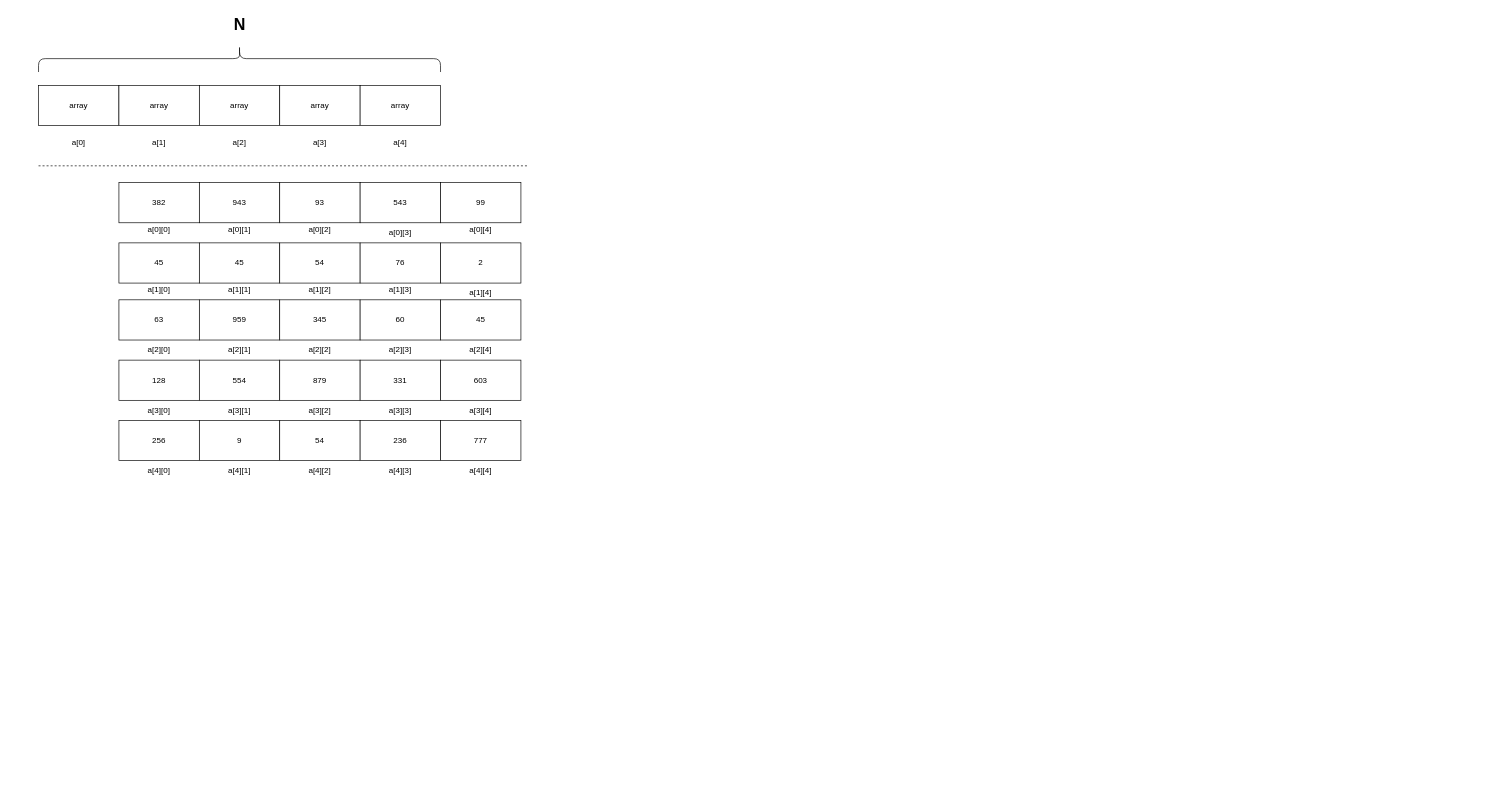
Above: page "EDD" (3 of 5) of img/diagrams.drawio in shosholanda/java-from-zero (draw.io), before the change. Source tidied: cells renumbered, new cells numbered last; positions are measured from the earlier drawing's top-left corner, leaving out a move shared by most shapes. Both pictures are drawn from the tidied source at 67%, with x=0, y=0 at pixel (38, -143).
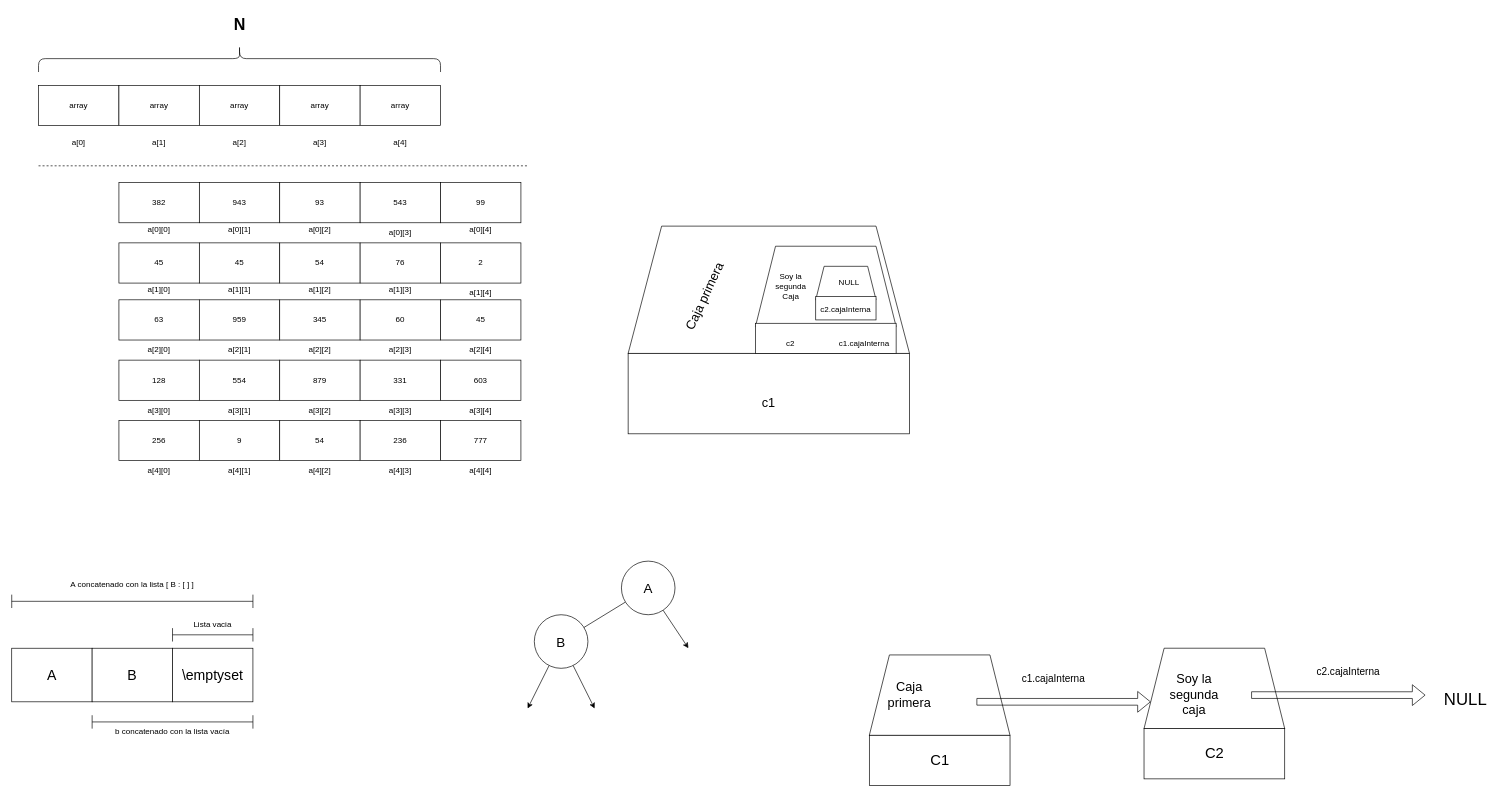
The same diagram, later.

The edit, as a diff of the source:
```diff
@@
+    <mxCell id="65" style="group;" parent="1" vertex="1">
+      <mxGeometry x="1240" y="1190" width="210" height="195" as="geometry" />
+    </mxCell>
+    <mxCell id="66" style="shape=trapezoid;perimeter=trapezoidPerimeter;whiteSpace=wrap;html=1;fixedSize=1;size=30;" parent="65" vertex="1">
+      <mxGeometry width="210" height="120" as="geometry" />
+    </mxCell>
+    <mxCell id="67" style="rounded=0;whiteSpace=wrap;html=1;" parent="65" vertex="1">
+      <mxGeometry y="120" width="210" height="75" as="geometry" />
+    </mxCell>
+    <mxCell id="68" value="&lt;font style=&quot;font-size: 22px;&quot;&gt;C1&lt;/font&gt;" style="text;html=1;align=center;verticalAlign=middle;whiteSpace=wrap;rounded=0;" parent="65" vertex="1">
+      <mxGeometry x="62.5" y="142.5" width="85" height="30" as="geometry" />
+    </mxCell>
+    <mxCell id="69" value="&lt;font style=&quot;font-size: 19px;&quot;&gt;Caja primera&lt;/font&gt;" style="text;html=1;align=center;verticalAlign=middle;whiteSpace=wrap;rounded=0;" parent="65" vertex="1">
+      <mxGeometry x="30" y="30" width="60" height="60" as="geometry" />
+    </mxCell>
@@
+    <mxCell id="70" style="group;" parent="1" vertex="1">
+      <mxGeometry x="-40" y="1070" width="385" height="250" as="geometry" />
+    </mxCell>
+    <mxCell id="71" value="&lt;font style=&quot;font-size: 21px;&quot;&gt;A&lt;/font&gt;" style="rounded=0;whiteSpace=wrap;html=1;" parent="70" vertex="1">
+      <mxGeometry y="110" width="120" height="80" as="geometry" />
+    </mxCell>
+    <mxCell id="72" value="&lt;font style=&quot;font-size: 21px;&quot;&gt;B&lt;/font&gt;" style="rounded=0;whiteSpace=wrap;html=1;" parent="70" vertex="1">
+      <mxGeometry x="120" y="110" width="120" height="80" as="geometry" />
+    </mxCell>
+    <mxCell id="73" value="&lt;span style=&quot;font-size: 21px;&quot;&gt;\emptyset&lt;/span&gt;" style="rounded=0;whiteSpace=wrap;html=1;" parent="70" vertex="1">
+      <mxGeometry x="240" y="110" width="120" height="80" as="geometry" />
+    </mxCell>
+    <mxCell id="74" style="shape=crossbar;whiteSpace=wrap;html=1;rounded=1;" parent="70" vertex="1">
+      <mxGeometry x="120" y="210" width="240" height="20" as="geometry" />
+    </mxCell>
+    <mxCell id="75" style="shape=crossbar;whiteSpace=wrap;html=1;rounded=1;" parent="70" vertex="1">
+      <mxGeometry x="240" y="80" width="120" height="20" as="geometry" />
+    </mxCell>
+    <mxCell id="76" style="shape=crossbar;whiteSpace=wrap;html=1;rounded=1;" parent="70" vertex="1">
+      <mxGeometry y="30" width="360" height="20" as="geometry" />
+    </mxCell>
+    <mxCell id="77" value="b concatenado con la lista vacía" style="text;html=1;align=center;verticalAlign=middle;whiteSpace=wrap;rounded=0;" parent="70" vertex="1">
+      <mxGeometry x="95" y="220" width="290" height="30" as="geometry" />
+    </mxCell>
+    <mxCell id="78" value="Lista vacia" style="text;html=1;align=center;verticalAlign=middle;whiteSpace=wrap;rounded=0;" parent="70" vertex="1">
+      <mxGeometry x="240" y="60" width="120" height="30" as="geometry" />
+    </mxCell>
+    <mxCell id="79" value="A concatenado con la lista [ B : [ ] ]" style="text;html=1;align=center;verticalAlign=middle;whiteSpace=wrap;rounded=0;" parent="70" vertex="1">
+      <mxGeometry width="360" height="30" as="geometry" />
+    </mxCell>
+    <mxCell id="80" style="rounded=0;jettySize=auto;html=1;" parent="1" edge="1" source="82">
+      <mxGeometry relative="1" as="geometry">
+        <mxPoint x="730" y="1270" as="targetPoint" />
+      </mxGeometry>
+    </mxCell>
+    <mxCell id="81" style="rounded=0;jettySize=auto;html=1;" parent="1" edge="1" source="82">
+      <mxGeometry relative="1" as="geometry">
+        <mxPoint x="830" y="1270" as="targetPoint" />
+      </mxGeometry>
+    </mxCell>
+    <mxCell id="82" value="&lt;font style=&quot;font-size: 20px;&quot;&gt;B&lt;/font&gt;" style="ellipse;whiteSpace=wrap;html=1;" parent="1" vertex="1">
+      <mxGeometry x="740" y="1130" width="80" height="80" as="geometry" />
+    </mxCell>
+    <mxCell id="83" style="rounded=0;jettySize=auto;html=1;endArrow=none;startFill=0;" parent="1" edge="1" source="85" target="82">
+      <mxGeometry relative="1" as="geometry" />
+    </mxCell>
+    <mxCell id="84" style="rounded=0;jettySize=auto;html=1;" parent="1" edge="1" source="85">
+      <mxGeometry relative="1" as="geometry">
+        <mxPoint x="970" y="1180" as="targetPoint" />
+      </mxGeometry>
+    </mxCell>
+    <mxCell id="85" value="&lt;font style=&quot;font-size: 20px;&quot;&gt;A&lt;/font&gt;" style="ellipse;whiteSpace=wrap;html=1;" parent="1" vertex="1">
+      <mxGeometry x="870" y="1050" width="80" height="80" as="geometry" />
+    </mxCell>
+    <mxCell id="86" style="group;" parent="1" vertex="1">
+      <mxGeometry x="880" y="550" width="420" height="310" as="geometry" />
+    </mxCell>
+    <mxCell id="87" style="shape=trapezoid;perimeter=trapezoidPerimeter;whiteSpace=wrap;html=1;fixedSize=1;size=50;" parent="86" vertex="1">
+      <mxGeometry width="420" height="190" as="geometry" />
+    </mxCell>
+    <mxCell id="88" style="rounded=0;whiteSpace=wrap;html=1;" parent="86" vertex="1">
+      <mxGeometry y="190" width="420" height="120" as="geometry" />
+    </mxCell>
+    <mxCell id="89" style="shape=trapezoid;perimeter=trapezoidPerimeter;whiteSpace=wrap;html=1;fixedSize=1;size=30;" parent="86" vertex="1">
+      <mxGeometry x="190" y="30" width="210" height="120" as="geometry" />
+    </mxCell>
+    <mxCell id="90" style="shape=trapezoid;perimeter=trapezoidPerimeter;whiteSpace=wrap;html=1;fixedSize=1;size=12.5;" parent="86" vertex="1">
+      <mxGeometry x="280" y="60" width="90" height="50" as="geometry" />
+    </mxCell>
+    <mxCell id="91" style="rounded=0;whiteSpace=wrap;html=1;" parent="86" vertex="1">
+      <mxGeometry x="190" y="145" width="210" height="45" as="geometry" />
+    </mxCell>
+    <mxCell id="92" style="rounded=0;whiteSpace=wrap;html=1;" parent="86" vertex="1">
+      <mxGeometry x="280" y="105" width="90" height="35" as="geometry" />
+    </mxCell>
+    <mxCell id="93" value="&lt;font style=&quot;font-size: 19px;&quot;&gt;Caja primera&lt;/font&gt;" style="text;html=1;align=center;verticalAlign=middle;whiteSpace=wrap;rounded=0;rotation=-65;" parent="1" vertex="1">
+      <mxGeometry x="920" y="640" width="150" height="30" as="geometry" />
+    </mxCell>
+    <mxCell id="94" value="c2" style="text;html=1;align=center;verticalAlign=middle;whiteSpace=wrap;rounded=0;" parent="1" vertex="1">
+      <mxGeometry x="1080" y="710" width="85" height="30" as="geometry" />
+    </mxCell>
+    <mxCell id="95" value="&lt;span style=&quot;font-size: 19px;&quot;&gt;c1&lt;/span&gt;" style="text;html=1;align=center;verticalAlign=middle;whiteSpace=wrap;rounded=0;rotation=0;" parent="1" vertex="1">
+      <mxGeometry x="1015" y="800" width="150" height="30" as="geometry" />
+    </mxCell>
+    <mxCell id="96" value="c1.cajaInterna" style="text;html=1;align=center;verticalAlign=middle;whiteSpace=wrap;rounded=0;" parent="1" vertex="1">
+      <mxGeometry x="1190" y="710" width="85" height="30" as="geometry" />
+    </mxCell>
+    <mxCell id="97" value="Soy la segunda Caja" style="text;html=1;align=center;verticalAlign=middle;whiteSpace=wrap;rounded=0;" parent="1" vertex="1">
+      <mxGeometry x="1092.5" y="610" width="60" height="60" as="geometry" />
+    </mxCell>
+    <mxCell id="98" value="c2.cajaInterna" style="text;html=1;align=center;verticalAlign=middle;whiteSpace=wrap;rounded=0;" parent="1" vertex="1">
+      <mxGeometry x="1150" y="660" width="110" height="30" as="geometry" />
+    </mxCell>
+    <mxCell id="99" value="NULL" style="text;html=1;align=center;verticalAlign=middle;whiteSpace=wrap;rounded=0;" parent="1" vertex="1">
+      <mxGeometry x="1180" y="620" width="60" height="30" as="geometry" />
+    </mxCell>
+    <mxCell id="100" value="&lt;font style=&quot;font-size: 15px;&quot;&gt;c1.cajaInterna&lt;/font&gt;" style="text;html=1;align=center;verticalAlign=middle;whiteSpace=wrap;rounded=0;" parent="1" vertex="1">
+      <mxGeometry x="1460" y="1210" width="110" height="30" as="geometry" />
+    </mxCell>
+    <mxCell id="101" value="&lt;font style=&quot;font-size: 25px;&quot;&gt;NULL&lt;/font&gt;" style="text;html=1;align=center;verticalAlign=middle;whiteSpace=wrap;rounded=0;" parent="1" vertex="1">
+      <mxGeometry x="2090" y="1240" width="80" height="30" as="geometry" />
+    </mxCell>
+    <mxCell id="102" style="shape=flexArrow;endArrow=classic;html=1;rounded=0;exitX=0.762;exitY=0.583;exitDx=0;exitDy=0;exitPerimeter=0;" parent="1" edge="1" source="66">
+      <mxGeometry relative="1" as="geometry">
+        <mxPoint x="1660" y="1260" as="targetPoint" />
+      </mxGeometry>
+    </mxCell>
+    <mxCell id="103" style="group;" parent="1" vertex="1">
+      <mxGeometry x="1650" y="1180" width="210" height="195" as="geometry" />
+    </mxCell>
+    <mxCell id="104" style="shape=trapezoid;perimeter=trapezoidPerimeter;whiteSpace=wrap;html=1;fixedSize=1;size=30;" parent="103" vertex="1">
+      <mxGeometry width="210" height="120" as="geometry" />
+    </mxCell>
+    <mxCell id="105" style="rounded=0;whiteSpace=wrap;html=1;" parent="103" vertex="1">
+      <mxGeometry y="120" width="210" height="75" as="geometry" />
+    </mxCell>
+    <mxCell id="106" value="&lt;font style=&quot;font-size: 22px;&quot;&gt;C2&lt;/font&gt;" style="text;html=1;align=center;verticalAlign=middle;whiteSpace=wrap;rounded=0;" parent="103" vertex="1">
+      <mxGeometry x="62.5" y="142.5" width="85" height="30" as="geometry" />
+    </mxCell>
+    <mxCell id="107" value="&lt;font style=&quot;font-size: 19px;&quot;&gt;Soy la segunda caja&lt;/font&gt;" style="text;html=1;align=center;verticalAlign=middle;whiteSpace=wrap;rounded=0;" parent="103" vertex="1">
+      <mxGeometry x="30" y="30" width="90" height="80" as="geometry" />
+    </mxCell>
+    <mxCell id="108" value="&lt;span style=&quot;font-size: 15px;&quot;&gt;c2.cajaInterna&lt;/span&gt;" style="text;html=1;align=center;verticalAlign=middle;whiteSpace=wrap;rounded=0;" parent="1" vertex="1">
+      <mxGeometry x="1900" y="1200" width="110" height="30" as="geometry" />
+    </mxCell>
+    <mxCell id="109" style="shape=flexArrow;endArrow=classic;html=1;rounded=0;exitX=0.762;exitY=0.583;exitDx=0;exitDy=0;exitPerimeter=0;" parent="1" edge="1" source="104">
+      <mxGeometry relative="1" as="geometry">
+        <mxPoint x="2070" y="1250" as="targetPoint" />
+      </mxGeometry>
+    </mxCell>
```
